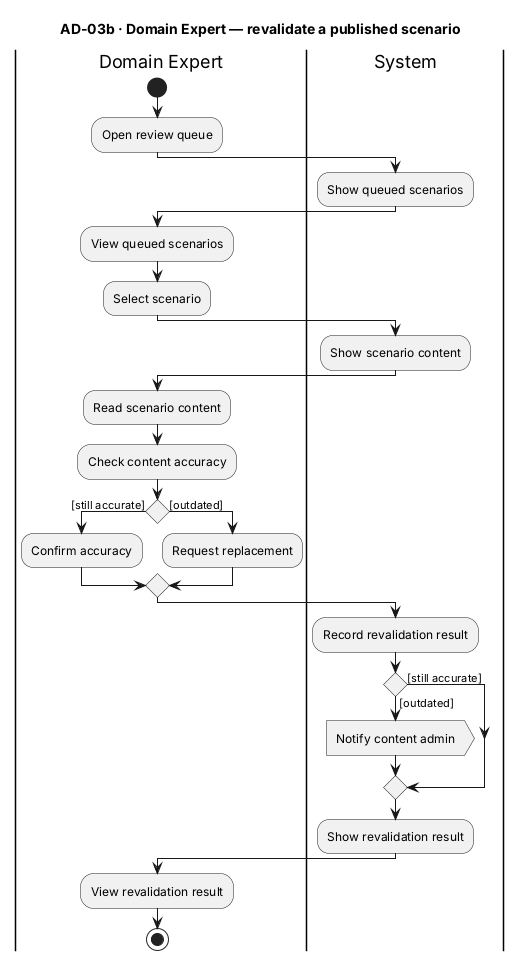
Before: reports/master/figures/AD-03b_DomainExpert_RevalidateScenario.png, a diagram exported from PlantUML (The-Golden-Trio/Capstone-Project).
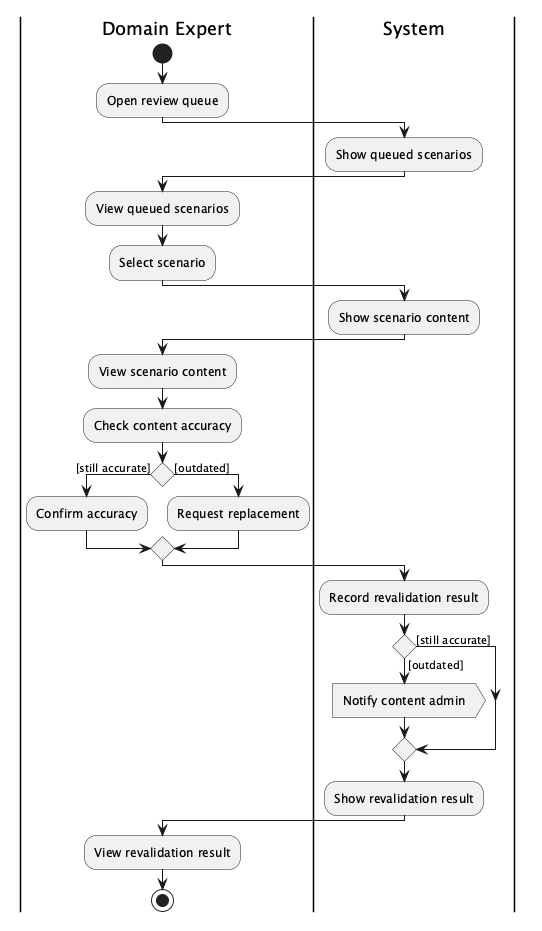
Above is the later version.

Diff of the diagram source:
```diff
@@ -1,5 +1,4 @@
 @startuml AD-03b_DomainExpert_RevalidateScenario
-title AD-03b · Domain Expert — revalidate a published scenario
 
 |Domain Expert|
 |System|
@@ -15,7 +14,7 @@
 |System|
 :Show scenario content;
 |Domain Expert|
-:Read scenario content;
+:View scenario content;
 :Check content accuracy;
 if () then ([still accurate])
   :Confirm accuracy;
```
